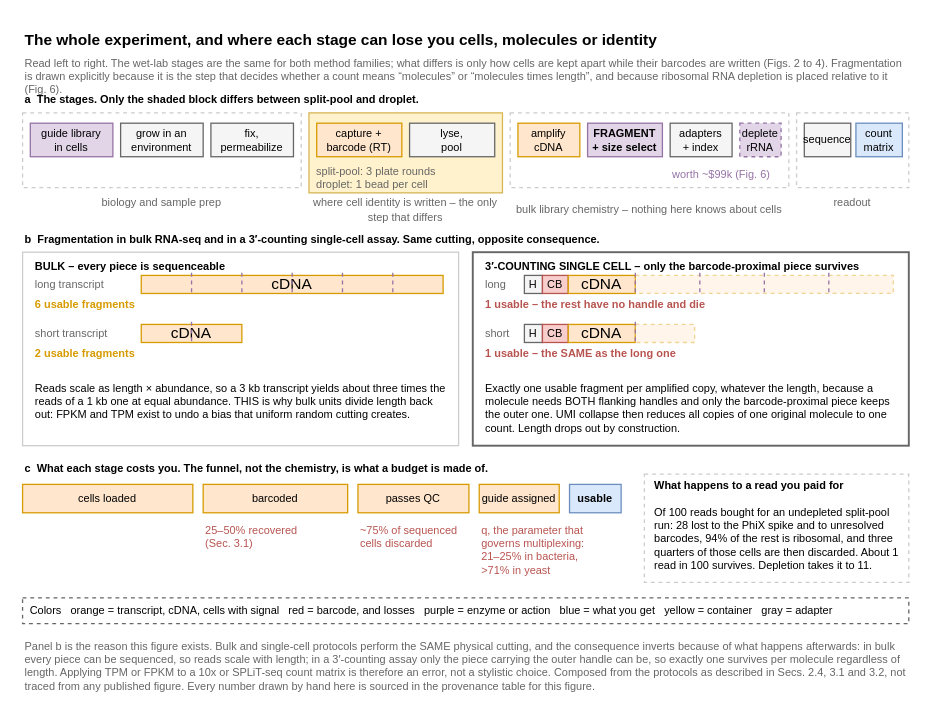
This is notes/assets/drawio/perturb-seq-workflow.drawio from Mjvolk3/torchcell, a draw.io file, before an edit. Source tidied: cells renumbered, new cells numbered last; positions are measured from the earlier drawing's top-left corner, leaving out a move shared by most shapes. Both pictures are drawn from the tidied source at 129%, with x=0, y=0 at pixel (22, 22).
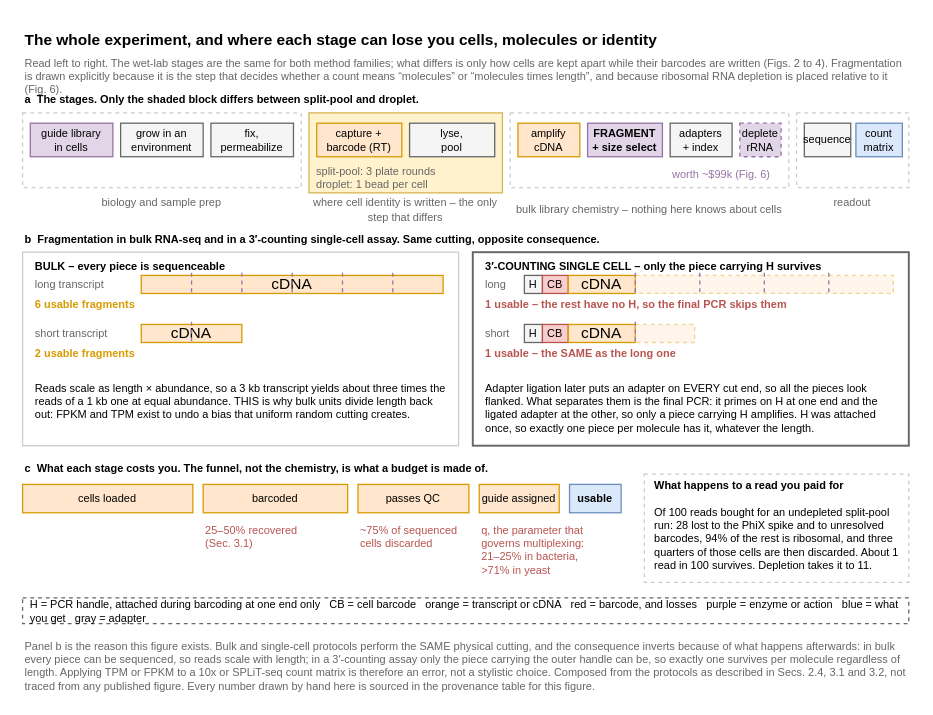
After the change.

Change to the diagram source:
```diff
@@
-    <mxCell id="43" value="3′-COUNTING SINGLE CELL – only the barcode-proximal piece survives" style="text;html=1;whiteSpace=wrap;align=left;verticalAlign=middle;fontFamily=Arial;fontSize=8.5;fontStyle=1;" parent="1" vertex="1">
+    <mxCell id="43" value="3′-COUNTING SINGLE CELL – only the piece carrying H survives" style="text;html=1;whiteSpace=wrap;align=left;verticalAlign=middle;fontFamily=Arial;fontSize=8.5;fontStyle=1;" parent="1" vertex="1">
       <mxGeometry x="357" y="184" width="322" height="10" as="geometry" />
     </mxCell>
@@
-    <mxCell id="53" value="1 usable – the rest have no handle and die" style="text;html=1;whiteSpace=wrap;align=left;verticalAlign=middle;fontFamily=Arial;fontSize=8.5;fontColor=#B85450;fontStyle=1;" parent="1" vertex="1">
+    <mxCell id="53" value="1 usable – the rest have no H, so the final PCR skips them" style="text;html=1;whiteSpace=wrap;align=left;verticalAlign=middle;fontFamily=Arial;fontSize=8.5;fontColor=#B85450;fontStyle=1;" parent="1" vertex="1">
       <mxGeometry x="357" y="214" width="250" height="10" as="geometry" />
     </mxCell>
@@
-    <mxCell id="61" value="Exactly one usable fragment per amplified copy, whatever the length, because a molecule needs BOTH flanking handles and only the barcode-proximal piece keeps the outer one. UMI collapse then reduces all copies of one original molecule to one count. Length drops out by construction." style="text;html=1;whiteSpace=wrap;align=left;verticalAlign=top;fontFamily=Arial;fontSize=8.5;" parent="1" vertex="1">
+    <mxCell id="61" value="Adapter ligation later puts an adapter on EVERY cut end, so all the pieces look flanked. What separates them is the final PCR: it primes on H at one end and the ligated adapter at the other, so only a piece carrying H amplifies. H was attached once, so exactly one piece per molecule has it, whatever the length." style="text;html=1;whiteSpace=wrap;align=left;verticalAlign=top;fontFamily=Arial;fontSize=8.5;" parent="1" vertex="1">
       <mxGeometry x="357" y="272" width="322" height="48" as="geometry" />
     </mxCell>
@@
-    <mxCell id="74" value="Colors   orange = transcript, cDNA, cells with signal   red = barcode, and losses   purple = enzyme or action   blue = what you get   yellow = container   gray = adapter" style="rounded=0;whiteSpace=wrap;html=1;fillColor=none;strokeColor=#666666;dashed=1;fontFamily=Arial;fontSize=8.5;align=left;verticalAlign=middle;spacingLeft=4;" parent="1" vertex="1">
+    <mxCell id="74" value="H = PCR handle, attached during barcoding at one end only   CB = cell barcode   orange = transcript or cDNA   red = barcode, and losses   purple = enzyme or action   blue = what you get   gray = adapter" style="rounded=0;whiteSpace=wrap;html=1;fillColor=none;strokeColor=#666666;dashed=1;fontFamily=Arial;fontSize=8.5;align=left;verticalAlign=middle;spacingLeft=4;" parent="1" vertex="1">
       <mxGeometry y="446" width="687" height="20" as="geometry" />
     </mxCell>
```
